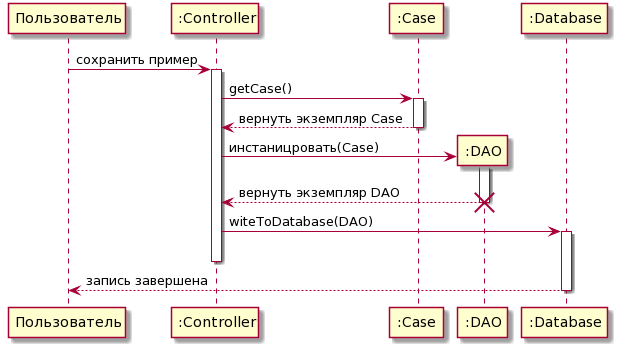
Before: fig/sequenceDiagram_saveToDB.png, a diagram exported from PlantUML (wandel812/crs2semMag). The source it was exported from:
```plantuml
@startuml
Пользователь -> ":Controller" : сохранить пример
activate ":Controller"
":Controller" -> ":Case" : getCase()
activate ":Case"
":Case" --> ":Controller" : вернуть экземпляр Case
deactivate ":Case"
create ":DAO"
":Controller" -> ":DAO" : инстаницровать(Case)
activate ":DAO"
":DAO" --> ":Controller" : вернуть экземпляр DAO
deactivate ":DAO"
destroy ":DAO"
":Controller" -> ":Database" : witeToDatabase(DAO)
activate ":Database"
deactivate ":Controller"
":Database" --> Пользователь : запись завершена
deactivate ":Database"
@enduml
```
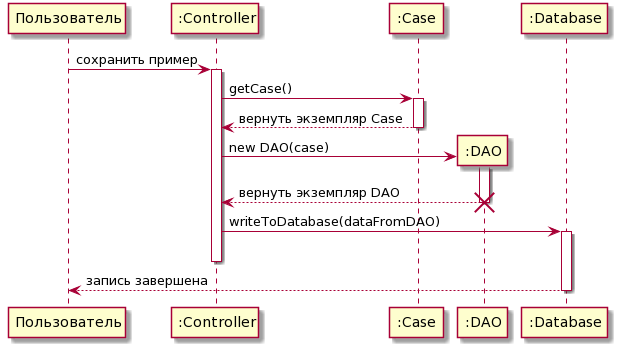
After the commit.

What changed in the source:
```diff
@@ -6,12 +6,12 @@
 ":Case" --> ":Controller" : вернуть экземпляр Case
 deactivate ":Case"
 create ":DAO"
-":Controller" -> ":DAO" : инстаницровать(Case)
+":Controller" -> ":DAO" : new DAO(case)
 activate ":DAO"
 ":DAO" --> ":Controller" : вернуть экземпляр DAO
 deactivate ":DAO"
 destroy ":DAO"
-":Controller" -> ":Database" : witeToDatabase(DAO)
+":Controller" -> ":Database" : writeToDatabase(dataFromDAO)
 activate ":Database"
 deactivate ":Controller"
 ":Database" --> Пользователь : запись завершена
```
